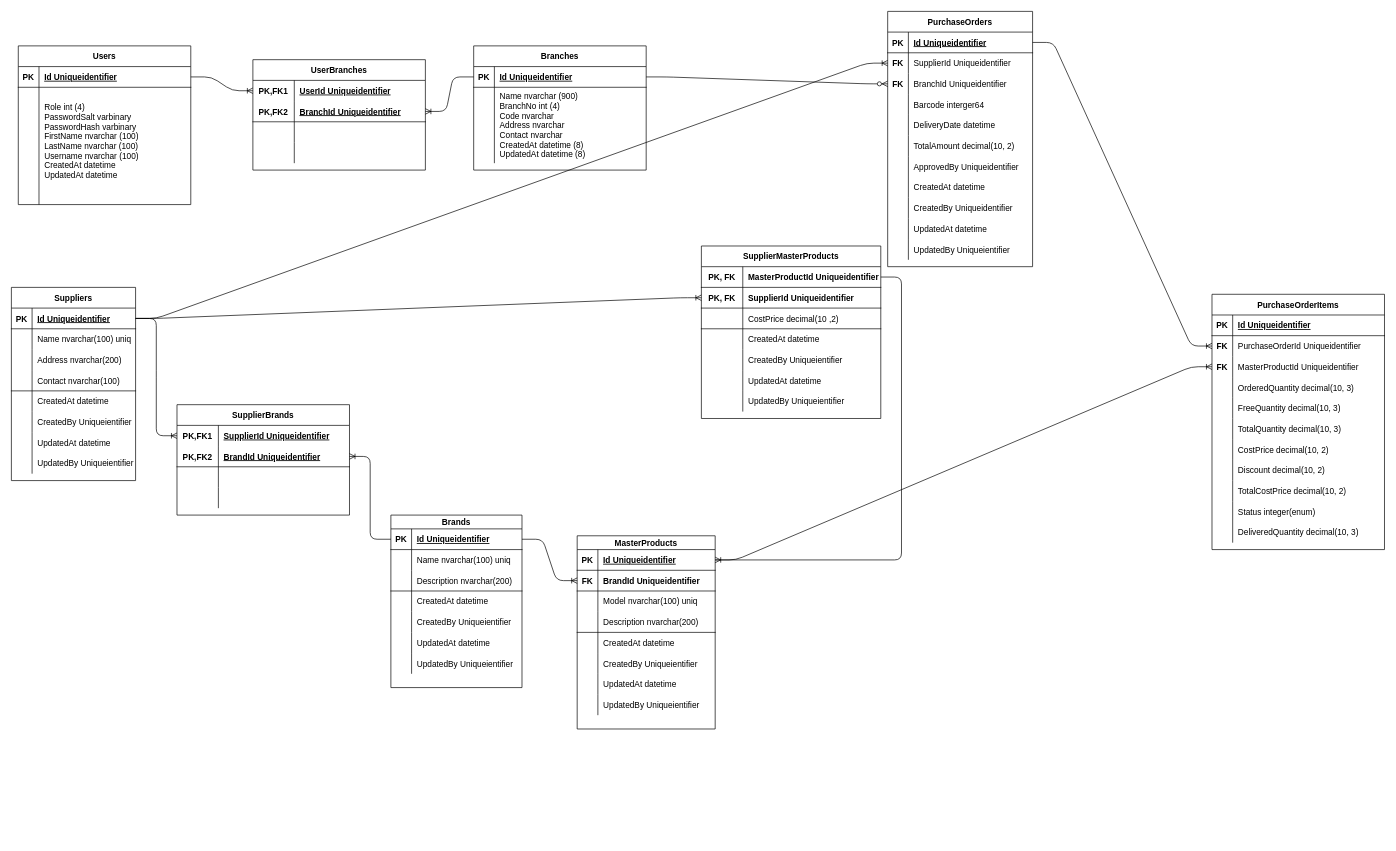
Before: diagrams/Database Diagram.drawio in inyormanjr/CA.ERP, a draw.io diagram. Source tidied: cells renumbered, new cells numbered last; positions are measured from the earlier drawing's top-left corner, leaving out a move shared by most shapes. Both pictures are drawn from the tidied source at 69%, with x=0, y=0 at pixel (11, 11).
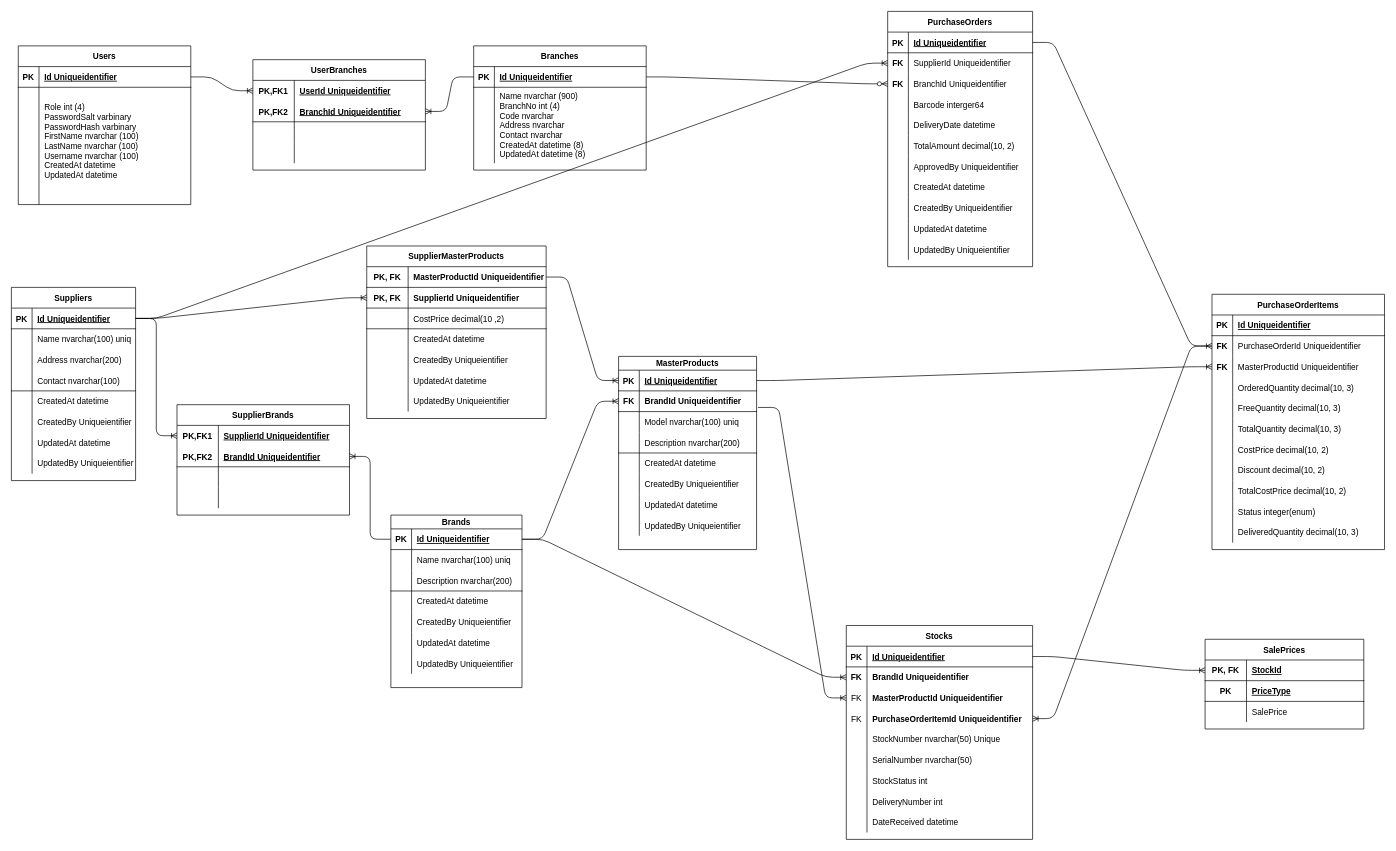
The same page after the edit.

Unchanged cells that the change refers to:
```xml
<mxCell id="57" style="shape=partialRectangle;fillColor=none;top=0;left=0;bottom=1;right=0;points=[[0,0.5],[1,0.5]];portConstraint=eastwest;" parent="56" vertex="1">
  <mxGeometry y="20" width="190" height="30" as="geometry" />
</mxCell>
<mxCell id="79" style="shape=partialRectangle;fillColor=none;top=0;left=0;bottom=1;right=0;points=[[0,0.5],[1,0.5]];portConstraint=eastwest;" parent="78" vertex="1">
  <mxGeometry y="30" width="260" height="30" as="geometry" />
</mxCell>
<mxCell id="117" style="shape=partialRectangle;fillColor=none;top=0;left=0;bottom=1;right=0;points=[[0,0.5],[1,0.5]];portConstraint=eastwest;" parent="116" vertex="1">
  <mxGeometry y="20" width="200" height="30" as="geometry" />
</mxCell>
<mxCell id="120" style="shape=partialRectangle;fillColor=none;top=0;left=0;bottom=1;right=0;points=[[0,0.5],[1,0.5]];portConstraint=eastwest;fontStyle=1;" parent="116" vertex="1">
  <mxGeometry y="50" width="200" height="30" as="geometry" />
</mxCell>
<mxCell id="183" style="shape=partialRectangle;fillColor=none;top=0;left=0;bottom=0;right=0;points=[[0,0.5],[1,0.5]];portConstraint=eastwest;" parent="179" vertex="1">
  <mxGeometry y="60" width="250" height="30" as="geometry" />
</mxCell>
```

Diff of the diagram source:
```diff
@@
     <mxCell id="78" value="SupplierMasterProducts" style="shape=table;startSize=30;childLayout=tableLayout;rowLines=0;fontStyle=1;align=center;" parent="1" vertex="1">
-      <mxGeometry x="1000" y="340" width="260" height="250" as="geometry" />
+      <mxGeometry x="515" y="340" width="260" height="250" as="geometry" />
     </mxCell>
@@
     <mxCell id="116" value="MasterProducts" style="shape=table;startSize=20;childLayout=tableLayout;rowLines=0;fontStyle=1;align=center;" parent="1" vertex="1">
-      <mxGeometry x="820" y="760" width="200" height="280" as="geometry" />
+      <mxGeometry x="880" y="500" width="200" height="280" as="geometry" />
     </mxCell>
@@
-    <mxCell id="141" style="edgeStyle=entityRelationEdgeStyle;fontSize=12;html=1;endArrow=ERoneToMany;entryX=1;entryY=0.5;entryDx=0;entryDy=0;" parent="1" edge="1" source="79" target="117">
+    <mxCell id="141" style="edgeStyle=entityRelationEdgeStyle;fontSize=12;html=1;endArrow=ERoneToMany;entryX=0;entryY=0.5;entryDx=0;entryDy=0;" parent="1" edge="1" source="79" target="117">
       <mxGeometry relative="1" as="geometry" />
     </mxCell>
@@
+    <mxCell id="215" value="Stocks" style="shape=table;startSize=30;childLayout=tableLayout;rowLines=0;fontStyle=1;align=center;" parent="1" vertex="1">
+      <mxGeometry x="1210" y="890" width="270" height="310" as="geometry" />
+    </mxCell>
+    <mxCell id="216" style="shape=partialRectangle;fillColor=none;top=0;left=0;bottom=1;right=0;points=[[0,0.5],[1,0.5]];portConstraint=eastwest;" parent="215" vertex="1">
+      <mxGeometry y="30" width="270" height="30" as="geometry" />
+    </mxCell>
+    <mxCell id="217" value="PK" style="shape=partialRectangle;fillColor=none;top=0;left=0;bottom=0;right=0;fontStyle=1;overflow=hidden;" parent="216" vertex="1">
+      <mxGeometry width="30" height="30" as="geometry" />
+    </mxCell>
+    <mxCell id="218" value="Id Uniqueidentifier" style="shape=partialRectangle;fillColor=none;top=0;left=0;bottom=0;right=0;align=left;spacingLeft=6;fontStyle=5;overflow=hidden;" parent="216" vertex="1">
+      <mxGeometry x="30" width="240" height="30" as="geometry" />
+    </mxCell>
+    <mxCell id="219" style="shape=partialRectangle;fillColor=none;top=0;left=0;bottom=0;right=0;points=[[0,0.5],[1,0.5]];portConstraint=eastwest;fontStyle=0;" parent="215" vertex="1">
+      <mxGeometry y="60" width="270" height="30" as="geometry" />
+    </mxCell>
+    <mxCell id="220" value="FK" style="shape=partialRectangle;fillColor=none;top=0;left=0;bottom=0;right=0;overflow=hidden;fontStyle=1;" parent="219" vertex="1">
+      <mxGeometry width="30" height="30" as="geometry" />
+    </mxCell>
+    <mxCell id="221" value="BrandId Uniqueidentifier" style="shape=partialRectangle;fillColor=none;top=0;left=0;bottom=0;right=0;align=left;spacingLeft=6;overflow=hidden;fontStyle=1;" parent="219" vertex="1">
+      <mxGeometry x="30" width="240" height="30" as="geometry" />
+    </mxCell>
+    <mxCell id="222" style="shape=partialRectangle;fillColor=none;top=0;left=0;bottom=0;right=0;points=[[0,0.5],[1,0.5]];portConstraint=eastwest;" parent="215" vertex="1">
+      <mxGeometry y="90" width="270" height="30" as="geometry" />
+    </mxCell>
+    <mxCell id="223" value="FK" style="shape=partialRectangle;fillColor=none;top=0;left=0;bottom=0;right=0;overflow=hidden;" parent="222" vertex="1">
+      <mxGeometry width="30" height="30" as="geometry" />
+    </mxCell>
+    <mxCell id="224" value="MasterProductId Uniqueidentifier" style="shape=partialRectangle;fillColor=none;top=0;left=0;bottom=0;right=0;align=left;spacingLeft=6;overflow=hidden;fontStyle=1;" parent="222" vertex="1">
+      <mxGeometry x="30" width="240" height="30" as="geometry" />
+    </mxCell>
+    <mxCell id="225" style="shape=partialRectangle;fillColor=none;top=0;left=0;bottom=0;right=0;points=[[0,0.5],[1,0.5]];portConstraint=eastwest;" parent="215" vertex="1">
+      <mxGeometry y="120" width="270" height="30" as="geometry" />
+    </mxCell>
+    <mxCell id="226" value="FK" style="shape=partialRectangle;fillColor=none;top=0;left=0;bottom=0;right=0;overflow=hidden;" parent="225" vertex="1">
+      <mxGeometry width="30" height="30" as="geometry" />
+    </mxCell>
+    <mxCell id="227" value="PurchaseOrderItemId Uniqueidentifier" style="shape=partialRectangle;fillColor=none;top=0;left=0;bottom=0;right=0;align=left;spacingLeft=6;overflow=hidden;fontStyle=1;" parent="225" vertex="1">
+      <mxGeometry x="30" width="240" height="30" as="geometry" />
+    </mxCell>
+    <mxCell id="228" style="shape=partialRectangle;fillColor=none;top=0;left=0;bottom=0;right=0;" parent="215" vertex="1">
+      <mxGeometry y="150" width="270" height="30" as="geometry" />
+    </mxCell>
+    <mxCell id="229" style="shape=partialRectangle;fillColor=none;top=0;left=0;bottom=0;right=0;overflow=hidden;" parent="228" vertex="1">
+      <mxGeometry width="30" height="30" as="geometry" />
+    </mxCell>
+    <mxCell id="230" value="StockNumber nvarchar(50) Unique" style="shape=partialRectangle;fillColor=none;top=0;left=0;bottom=0;right=0;align=left;spacingLeft=6;overflow=hidden;" parent="228" vertex="1">
+      <mxGeometry x="30" width="240" height="30" as="geometry" />
+    </mxCell>
+    <mxCell id="231" style="shape=partialRectangle;fillColor=none;top=0;left=0;bottom=0;right=0;" parent="215" vertex="1">
+      <mxGeometry y="180" width="270" height="30" as="geometry" />
+    </mxCell>
+    <mxCell id="232" style="shape=partialRectangle;fillColor=none;top=0;left=0;bottom=0;right=0;overflow=hidden;" parent="231" vertex="1">
+      <mxGeometry width="30" height="30" as="geometry" />
+    </mxCell>
+    <mxCell id="233" value="SerialNumber nvarchar(50)" style="shape=partialRectangle;fillColor=none;top=0;left=0;bottom=0;right=0;align=left;spacingLeft=6;overflow=hidden;" parent="231" vertex="1">
+      <mxGeometry x="30" width="240" height="30" as="geometry" />
+    </mxCell>
+    <mxCell id="234" style="shape=partialRectangle;fillColor=none;top=0;left=0;bottom=0;right=0;" parent="215" vertex="1">
+      <mxGeometry y="210" width="270" height="30" as="geometry" />
+    </mxCell>
+    <mxCell id="235" style="shape=partialRectangle;fillColor=none;top=0;left=0;bottom=0;right=0;overflow=hidden;" parent="234" vertex="1">
+      <mxGeometry width="30" height="30" as="geometry" />
+    </mxCell>
+    <mxCell id="236" value="StockStatus int" style="shape=partialRectangle;fillColor=none;top=0;left=0;bottom=0;right=0;align=left;spacingLeft=6;overflow=hidden;" parent="234" vertex="1">
+      <mxGeometry x="30" width="240" height="30" as="geometry" />
+    </mxCell>
+    <mxCell id="237" style="shape=partialRectangle;fillColor=none;top=0;left=0;bottom=0;right=0;" parent="215" vertex="1">
+      <mxGeometry y="240" width="270" height="30" as="geometry" />
+    </mxCell>
+    <mxCell id="238" style="shape=partialRectangle;fillColor=none;top=0;left=0;bottom=0;right=0;overflow=hidden;" parent="237" vertex="1">
+      <mxGeometry width="30" height="30" as="geometry" />
+    </mxCell>
+    <mxCell id="239" value="DeliveryNumber int" style="shape=partialRectangle;fillColor=none;top=0;left=0;bottom=0;right=0;align=left;spacingLeft=6;overflow=hidden;" parent="237" vertex="1">
+      <mxGeometry x="30" width="240" height="30" as="geometry" />
+    </mxCell>
+    <mxCell id="240" style="shape=partialRectangle;fillColor=none;top=0;left=0;bottom=0;right=0;" parent="215" vertex="1">
+      <mxGeometry y="270" width="270" height="30" as="geometry" />
+    </mxCell>
+    <mxCell id="241" style="shape=partialRectangle;fillColor=none;top=0;left=0;bottom=0;right=0;overflow=hidden;" parent="240" vertex="1">
+      <mxGeometry width="30" height="30" as="geometry" />
+    </mxCell>
+    <mxCell id="242" value="DateReceived datetime" style="shape=partialRectangle;fillColor=none;top=0;left=0;bottom=0;right=0;align=left;spacingLeft=6;overflow=hidden;" parent="240" vertex="1">
+      <mxGeometry x="30" width="240" height="30" as="geometry" />
+    </mxCell>
+    <mxCell id="243" value="SalePrices" style="shape=table;startSize=30;childLayout=tableLayout;rowLines=0;fontStyle=1;align=center;" parent="1" vertex="1">
+      <mxGeometry x="1730" y="910" width="230" height="130" as="geometry" />
+    </mxCell>
+    <mxCell id="244" style="shape=partialRectangle;fillColor=none;top=0;left=0;bottom=1;right=0;points=[[0,0.5],[1,0.5]];portConstraint=eastwest;" parent="243" vertex="1">
+      <mxGeometry y="30" width="230" height="30" as="geometry" />
+    </mxCell>
+    <mxCell id="245" value="PK, FK" style="shape=partialRectangle;fillColor=none;top=0;left=0;bottom=0;right=0;fontStyle=1;overflow=hidden;" parent="244" vertex="1">
+      <mxGeometry width="60" height="30" as="geometry" />
+    </mxCell>
+    <mxCell id="246" value="StockId" style="shape=partialRectangle;fillColor=none;top=0;left=0;bottom=0;right=0;align=left;spacingLeft=6;fontStyle=5;overflow=hidden;" parent="244" vertex="1">
+      <mxGeometry x="60" width="170" height="30" as="geometry" />
+    </mxCell>
+    <mxCell id="247" style="shape=partialRectangle;fillColor=none;top=0;left=0;bottom=1;right=0;" parent="243" vertex="1">
+      <mxGeometry y="60" width="230" height="30" as="geometry" />
+    </mxCell>
+    <mxCell id="248" value="PK" style="shape=partialRectangle;fillColor=none;top=0;left=0;bottom=0;right=0;fontStyle=1;overflow=hidden;" parent="247" vertex="1">
+      <mxGeometry width="60" height="30" as="geometry" />
+    </mxCell>
+    <mxCell id="249" value="PriceType" style="shape=partialRectangle;fillColor=none;top=0;left=0;bottom=0;right=0;align=left;spacingLeft=6;fontStyle=5;overflow=hidden;" parent="247" vertex="1">
+      <mxGeometry x="60" width="170" height="30" as="geometry" />
+    </mxCell>
+    <mxCell id="250" style="shape=partialRectangle;top=0;left=0;bottom=0;right=0;fillColor=none;labelBorderColor=none;" parent="243" vertex="1">
+      <mxGeometry y="90" width="230" height="30" as="geometry" />
+    </mxCell>
+    <mxCell id="251" style="shape=partialRectangle;fillColor=none;top=0;left=0;bottom=0;right=0;overflow=hidden;" parent="250" vertex="1">
+      <mxGeometry width="60" height="30" as="geometry" />
+    </mxCell>
+    <mxCell id="252" value="SalePrice" style="shape=partialRectangle;fillColor=none;top=0;left=0;bottom=0;right=0;align=left;spacingLeft=6;overflow=hidden;" parent="250" vertex="1">
+      <mxGeometry x="60" width="170" height="30" as="geometry" />
+    </mxCell>
+    <mxCell id="253" style="edgeStyle=entityRelationEdgeStyle;fontSize=12;html=1;endArrow=ERoneToMany;exitX=1;exitY=0.5;exitDx=0;exitDy=0;entryX=0;entryY=0.5;entryDx=0;entryDy=0;" parent="1" edge="1" source="216" target="244">
+      <mxGeometry relative="1" as="geometry" />
+    </mxCell>
+    <mxCell id="254" style="edgeStyle=entityRelationEdgeStyle;fontSize=12;html=1;endArrow=ERoneToMany;exitX=1;exitY=0.5;exitDx=0;exitDy=0;" parent="1" edge="1" source="57" target="219">
+      <mxGeometry relative="1" as="geometry" />
+    </mxCell>
+    <mxCell id="255" style="edgeStyle=entityRelationEdgeStyle;fontSize=12;html=1;endArrow=ERoneToMany;exitX=1.01;exitY=0.8;exitDx=0;exitDy=0;exitPerimeter=0;entryX=0;entryY=0.5;entryDx=0;entryDy=0;" parent="1" edge="1" source="120" target="222">
+      <mxGeometry relative="1" as="geometry" />
+    </mxCell>
+    <mxCell id="256" style="edgeStyle=entityRelationEdgeStyle;fontSize=12;html=1;endArrow=ERoneToMany;entryX=1;entryY=0.5;entryDx=0;entryDy=0;" parent="1" edge="1" source="183" target="225">
+      <mxGeometry relative="1" as="geometry" />
+    </mxCell>
```
